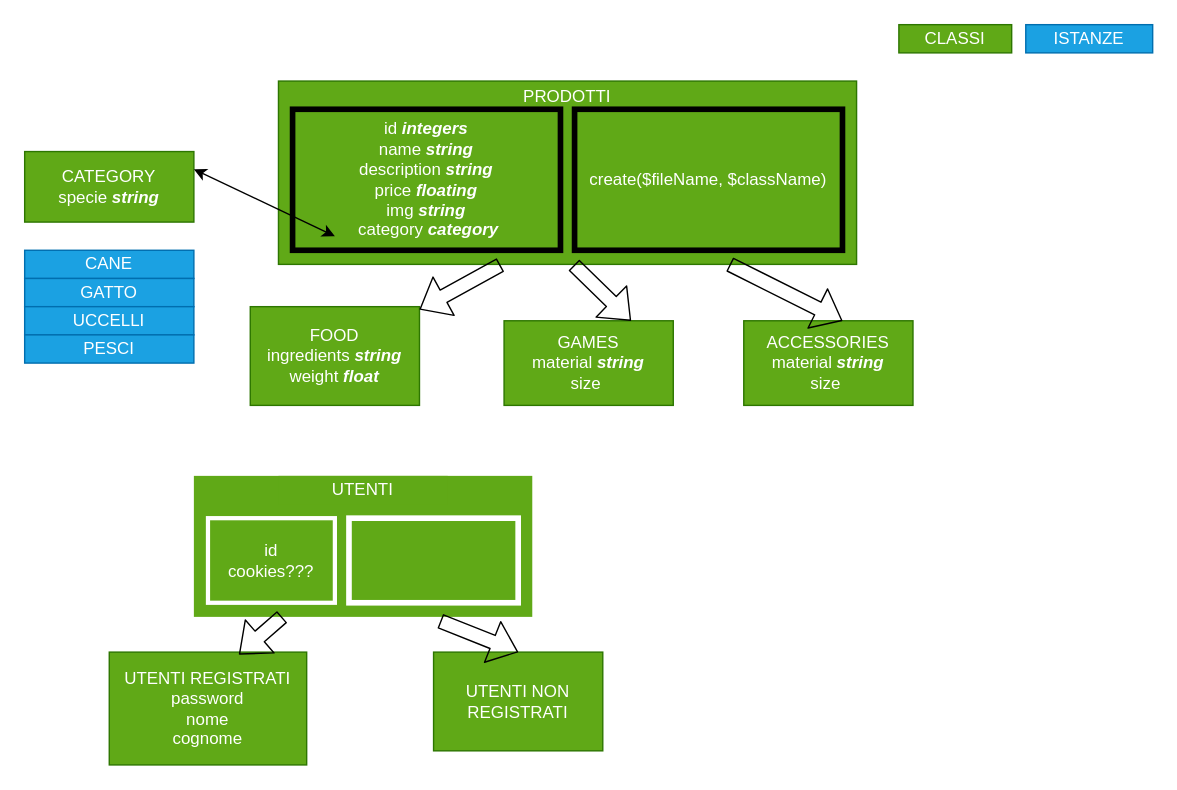
This is scheme.drawio from Frankosviz/php-oop-2, a draw.io file, before an edit. Source tidied: cells renumbered, new cells numbered last; positions are measured from the earlier drawing's top-left corner, leaving out a move shared by most shapes. Both pictures are drawn from the tidied source at 141%, with x=0, y=0 at pixel (24, 24).
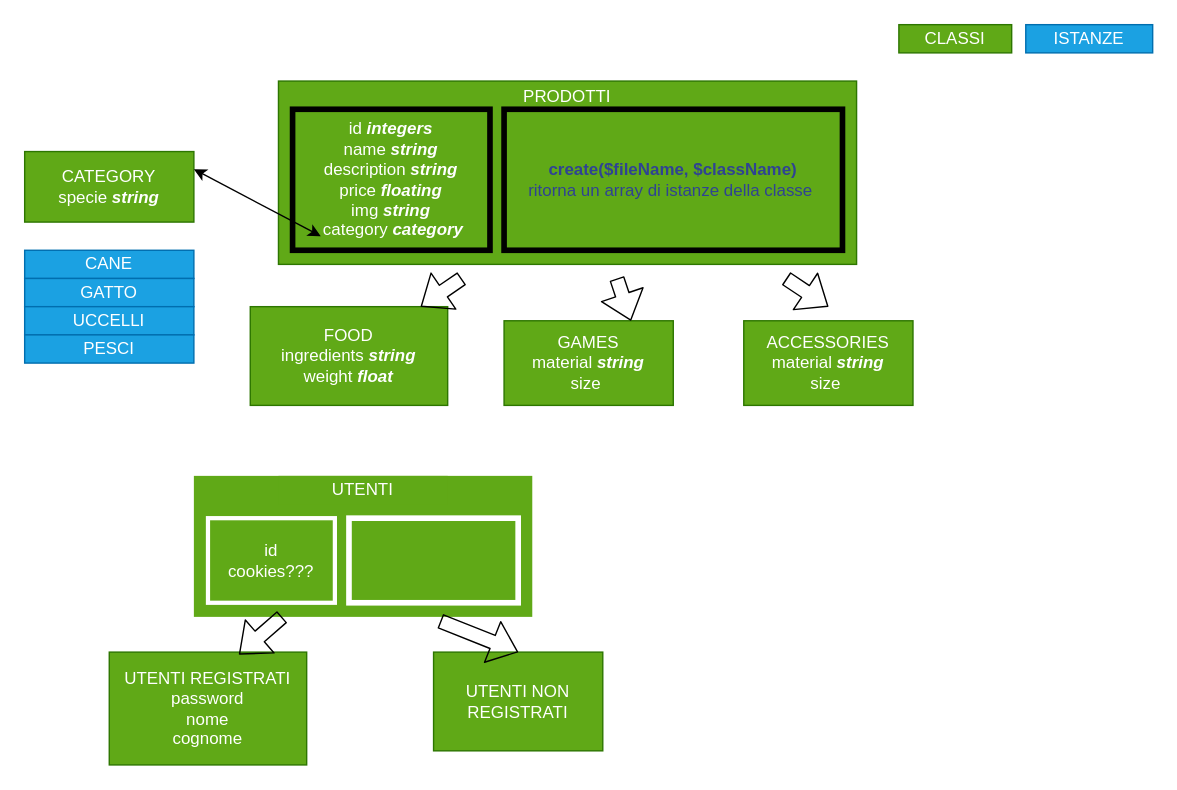
Above is the later version.

Unchanged cells that the change refers to:
```xml
<mxCell id="3" value="&lt;b style=&quot;font-style: italic;&quot;&gt;&lt;br&gt;&lt;/b&gt;" style="rounded=0;whiteSpace=wrap;html=1;fillColor=#60a917;fontColor=#ffffff;strokeColor=#2D7600;" parent="1" vertex="1">
  <mxGeometry x="180" y="40" width="410" height="130" as="geometry" />
</mxCell>
<mxCell id="5" value="GAMES&lt;br&gt;material &lt;b&gt;&lt;i&gt;string&lt;/i&gt;&lt;/b&gt;&lt;br&gt;size&amp;nbsp;" style="rounded=0;whiteSpace=wrap;html=1;fillColor=#60a917;fontColor=#ffffff;strokeColor=#2D7600;" parent="1" vertex="1">
  <mxGeometry x="340" y="210" width="120" height="60" as="geometry" />
</mxCell>
<mxCell id="6" value="ACCESSORIES&lt;br&gt;material&amp;nbsp;&lt;b&gt;&lt;i&gt;string&lt;/i&gt;&lt;/b&gt;&lt;br&gt;size&amp;nbsp;" style="rounded=0;whiteSpace=wrap;html=1;fillColor=#60a917;fontColor=#ffffff;strokeColor=#2D7600;" parent="1" vertex="1">
  <mxGeometry x="510" y="210" width="120" height="60" as="geometry" />
</mxCell>
<mxCell id="9" value="CATEGORY&lt;br&gt;specie &lt;b&gt;&lt;i&gt;string&lt;/i&gt;&lt;/b&gt;" style="rounded=0;whiteSpace=wrap;html=1;fontColor=#ffffff;fillColor=#60a917;strokeColor=#2D7600;" parent="1" vertex="1">
  <mxGeometry y="90" width="120" height="50" as="geometry" />
</mxCell>
```

Change to the diagram source:
```diff
@@
     <mxCell id="4" value="FOOD&lt;br&gt;ingredients &lt;b&gt;&lt;i&gt;string&lt;/i&gt;&lt;/b&gt;&lt;br&gt;weight&lt;b&gt; &lt;i style=&quot;&quot;&gt;float&lt;/i&gt;&lt;/b&gt;" style="rounded=0;whiteSpace=wrap;html=1;fillColor=#60a917;fontColor=#ffffff;strokeColor=#2D7600;" parent="1" vertex="1">
-      <mxGeometry x="160" y="200" width="120" height="70" as="geometry" />
+      <mxGeometry x="160" y="200" width="140" height="70" as="geometry" />
     </mxCell>
@@
     <mxCell id="18" value="id&amp;nbsp;&lt;i&gt;&lt;b&gt;integers&lt;/b&gt;&lt;/i&gt;&lt;br&gt;name&amp;nbsp;&lt;i&gt;&lt;b&gt;string&lt;/b&gt;&lt;/i&gt;&lt;br&gt;description&amp;nbsp;&lt;i&gt;&lt;b&gt;string&lt;/b&gt;&lt;/i&gt;&lt;br&gt;price&amp;nbsp;&lt;i&gt;&lt;b&gt;floating&lt;/b&gt;&lt;br&gt;&lt;/i&gt;img&amp;nbsp;&lt;b style=&quot;font-style: italic;&quot;&gt;string&lt;br&gt;&amp;nbsp;&lt;/b&gt;category&amp;nbsp;&lt;b style=&quot;font-style: italic;&quot;&gt;category&lt;/b&gt;" style="rounded=0;whiteSpace=wrap;html=1;fontColor=#ffffff;fillColor=#60a917;strokeColor=default;strokeWidth=4;perimeterSpacing=7;" parent="1" vertex="1">
-      <mxGeometry x="190" y="60" width="190" height="100" as="geometry" />
+      <mxGeometry x="190" y="60" width="140" height="100" as="geometry" />
     </mxCell>
-    <mxCell id="19" value="create($fileName, $className)" style="rounded=0;whiteSpace=wrap;html=1;fontColor=#ffffff;fillColor=#60a917;strokeColor=default;strokeWidth=4;perimeterSpacing=7;" parent="1" vertex="1">
-      <mxGeometry x="390" y="60" width="190" height="100" as="geometry" />
+    <mxCell id="19" value="&lt;font color=&quot;#2f4393&quot;&gt;&lt;b&gt;create($fileName, $className)&lt;/b&gt;&lt;br&gt;ritorna un array di istanze della classe&amp;nbsp;&lt;br&gt;&lt;/font&gt;" style="rounded=0;whiteSpace=wrap;html=1;fontColor=#ffffff;fillColor=#60a917;strokeColor=default;strokeWidth=4;perimeterSpacing=7;" parent="1" vertex="1">
+      <mxGeometry x="340" y="60" width="240" height="100" as="geometry" />
     </mxCell>
@@
     <mxCell id="21" style="endArrow=classic;startArrow=classic;html=1;fontColor=#FFFFFF;exitX=1;exitY=0.25;exitDx=0;exitDy=0;" parent="1" edge="1" source="9">
       <mxGeometry relative="1" as="geometry">
-        <mxPoint x="220" y="150" as="targetPoint" />
+        <mxPoint x="210" y="150" as="targetPoint" />
       </mxGeometry>
     </mxCell>
-    <mxCell id="22" style="shape=flexArrow;endArrow=classic;html=1;fontColor=#FFFFFF;exitX=0.384;exitY=1.003;exitDx=0;exitDy=0;exitPerimeter=0;" parent="1" edge="1" source="3" target="4">
-      <mxGeometry relative="1" as="geometry" />
+    <mxCell id="22" style="shape=flexArrow;endArrow=classic;html=1;fontColor=#FFFFFF;" parent="1" edge="1" target="4">
+      <mxGeometry relative="1" as="geometry">
+        <mxPoint x="310" y="180" as="sourcePoint" />
+      </mxGeometry>
     </mxCell>
-    <mxCell id="23" style="shape=flexArrow;endArrow=classic;html=1;fontColor=#FFFFFF;entryX=0.75;entryY=0;entryDx=0;entryDy=0;exitX=0.511;exitY=1.003;exitDx=0;exitDy=0;exitPerimeter=0;" parent="1" edge="1" source="3" target="5">
-      <mxGeometry relative="1" as="geometry" />
+    <mxCell id="23" style="shape=flexArrow;endArrow=classic;html=1;fontColor=#FFFFFF;entryX=0.75;entryY=0;entryDx=0;entryDy=0;" parent="1" edge="1" target="5">
+      <mxGeometry relative="1" as="geometry">
+        <mxPoint x="420" y="180" as="sourcePoint" />
+      </mxGeometry>
     </mxCell>
-    <mxCell id="24" style="shape=flexArrow;endArrow=classic;html=1;fontColor=#FFFFFF;entryX=0.583;entryY=0;entryDx=0;entryDy=0;entryPerimeter=0;" parent="1" edge="1" target="6">
+    <mxCell id="24" style="shape=flexArrow;endArrow=classic;html=1;fontColor=#FFFFFF;" parent="1" edge="1">
       <mxGeometry relative="1" as="geometry">
-        <mxPoint x="500" y="170" as="sourcePoint" />
+        <mxPoint x="540" y="180" as="sourcePoint" />
+        <mxPoint x="570" y="200" as="targetPoint" />
       </mxGeometry>
     </mxCell>
```
